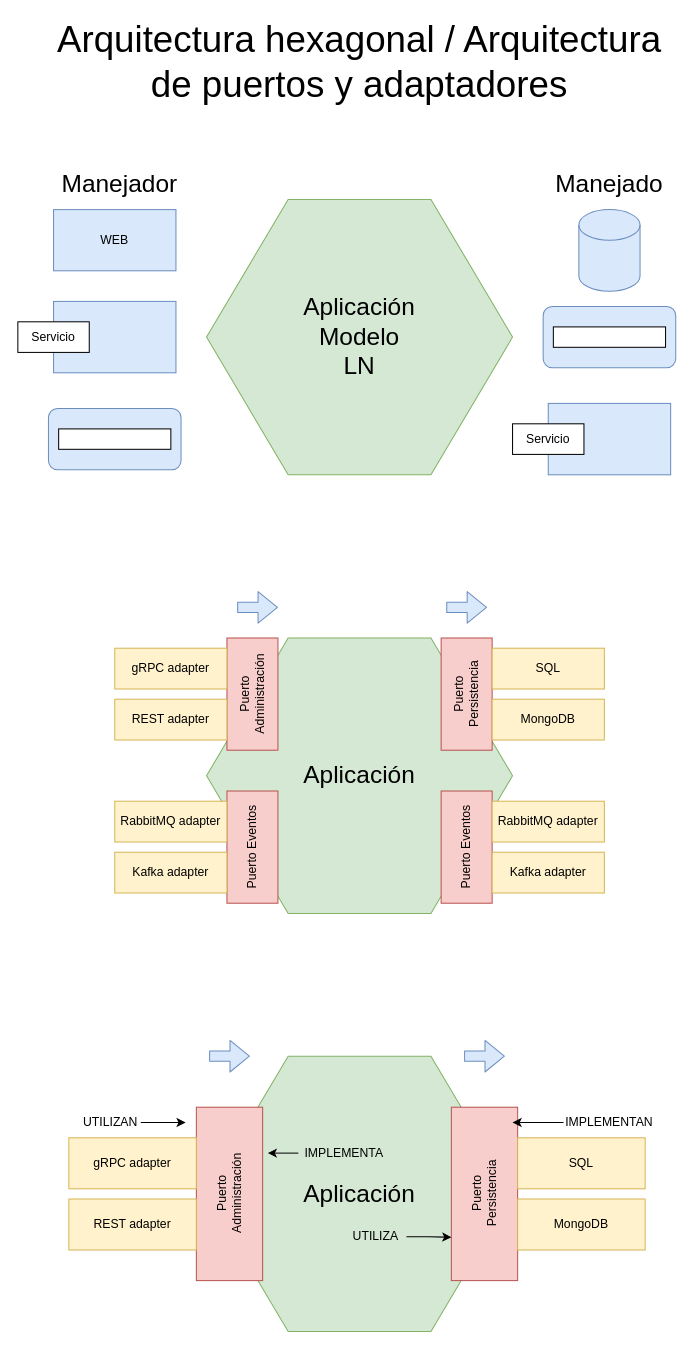
The draw.io diagram page "Hexagonal" (34 of 43) of patrones_2022_7.drawio in lrag/Patrones, before the edit. Source tidied: cells renumbered, new cells numbered last; positions are measured from the earlier drawing's top-left corner, leaving out a move shared by most shapes. Both pictures are drawn from the tidied source at 102%, with x=0, y=0 at pixel (17, 46).
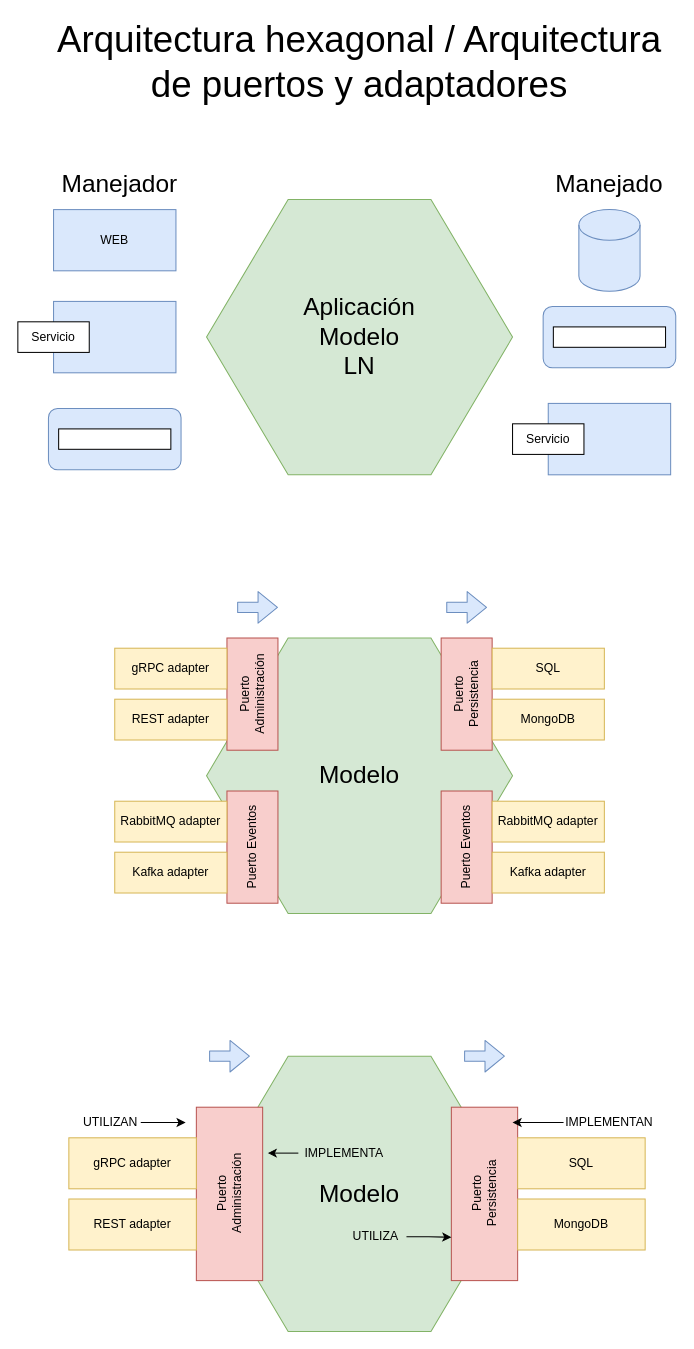
The same page after the edit.

The edit, as a diff of the source:
```diff
@@
-    <mxCell id="29" value="&lt;font style=&quot;font-size: 24px&quot;&gt;Aplicación&lt;/font&gt;" style="text;html=1;strokeColor=none;fillColor=none;align=center;verticalAlign=middle;whiteSpace=wrap;rounded=0;" parent="1" vertex="1">
+    <mxCell id="29" value="&lt;font style=&quot;font-size: 24px&quot;&gt;Modelo&lt;/font&gt;" style="text;html=1;strokeColor=none;fillColor=none;align=center;verticalAlign=middle;whiteSpace=wrap;rounded=0;" parent="1" vertex="1">
       <mxGeometry x="305" y="700" width="60" height="30" as="geometry" />
     </mxCell>
@@
-    <mxCell id="37" value="&lt;font style=&quot;font-size: 24px&quot;&gt;Aplicación&lt;/font&gt;" style="text;html=1;strokeColor=none;fillColor=none;align=center;verticalAlign=middle;whiteSpace=wrap;rounded=0;" parent="1" vertex="1">
+    <mxCell id="37" value="&lt;font style=&quot;font-size: 24px&quot;&gt;Modelo&lt;/font&gt;" style="text;html=1;strokeColor=none;fillColor=none;align=center;verticalAlign=middle;whiteSpace=wrap;rounded=0;" parent="1" vertex="1">
       <mxGeometry x="305" y="1110" width="60" height="30" as="geometry" />
     </mxCell>
```
